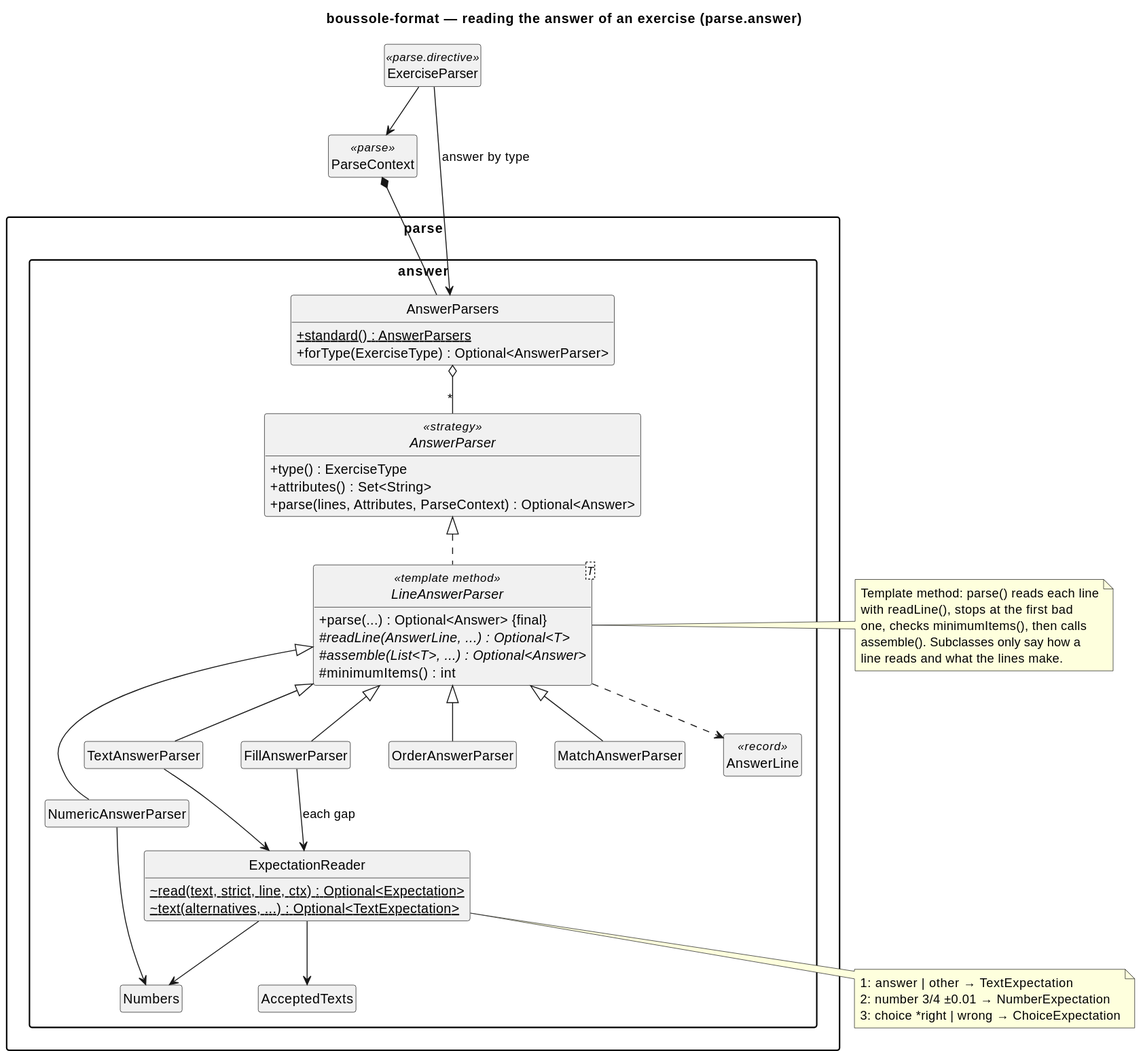
Earlier version of the PlantUML export docs/diagrams/21-parsing-answers.svg (lucasssoh/Boussole).
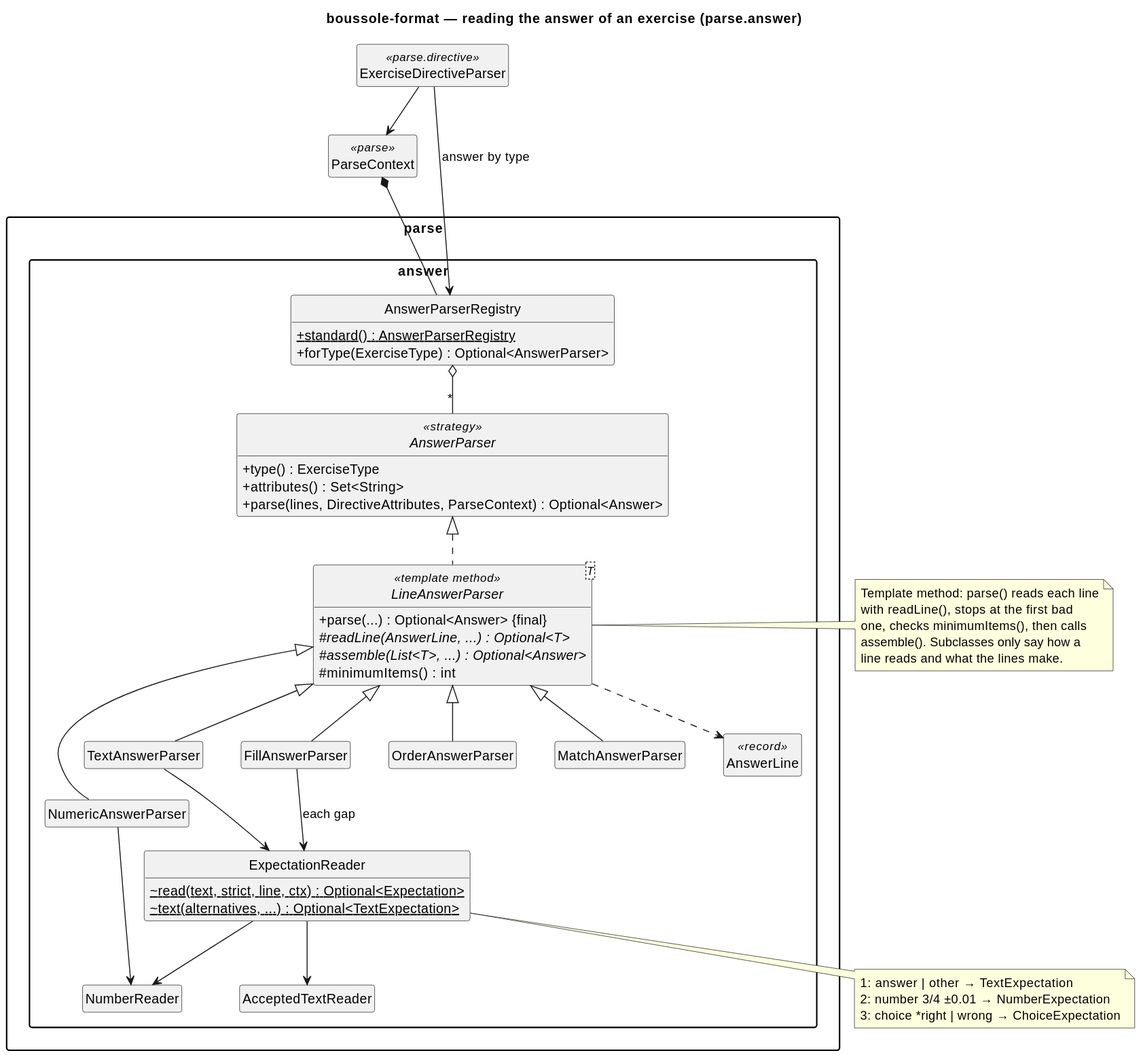
The same diagram one commit later.

The edit, as a diff of the source:
```diff
@@ -7,17 +7,17 @@
 hide circle
 title boussole-format — reading the answer of an exercise (parse.answer)
 
-class ExerciseParser <<parse.directive>>
+class ExerciseDirectiveParser <<parse.directive>>
 class ParseContext <<parse>>
 package "parse.answer" {
-  class AnswerParsers {
-    +{static} standard() : AnswerParsers
+  class AnswerParserRegistry {
+    +{static} standard() : AnswerParserRegistry
     +forType(ExerciseType) : Optional<AnswerParser>
   }
   interface AnswerParser <<strategy>> {
     +type() : ExerciseType
     +attributes() : Set<String>
-    +parse(lines, Attributes, ParseContext) : Optional<Answer>
+    +parse(lines, DirectiveAttributes, ParseContext) : Optional<Answer>
   }
   abstract class LineAnswerParser<T> <<template method>> {
     +parse(...) : Optional<Answer> {final}
@@ -34,15 +34,15 @@
     ~{static} read(text, strict, line, ctx) : Optional<Expectation>
     ~{static} text(alternatives, ...) : Optional<TextExpectation>
   }
-  class Numbers
-  class AcceptedTexts
+  class NumberReader
+  class AcceptedTextReader
   class AnswerLine <<record>>
 }
 
-ExerciseParser --> ParseContext
-ParseContext *-- AnswerParsers
-ExerciseParser --> AnswerParsers : answer by type
-AnswerParsers o-- "*" AnswerParser
+ExerciseDirectiveParser --> ParseContext
+ParseContext *-- AnswerParserRegistry
+ExerciseDirectiveParser --> AnswerParserRegistry : answer by type
+AnswerParserRegistry o-- "*" AnswerParser
 AnswerParser <|.. LineAnswerParser
 LineAnswerParser <|-- NumericAnswerParser
 LineAnswerParser <|-- TextAnswerParser
@@ -52,9 +52,9 @@
 LineAnswerParser ..> AnswerLine
 FillAnswerParser --> ExpectationReader : each gap
 TextAnswerParser --> ExpectationReader
-NumericAnswerParser --> Numbers
-ExpectationReader --> Numbers
-ExpectationReader --> AcceptedTexts
+NumericAnswerParser --> NumberReader
+ExpectationReader --> NumberReader
+ExpectationReader --> AcceptedTextReader
 
 note right of LineAnswerParser
   Template method: parse() reads each line
```
